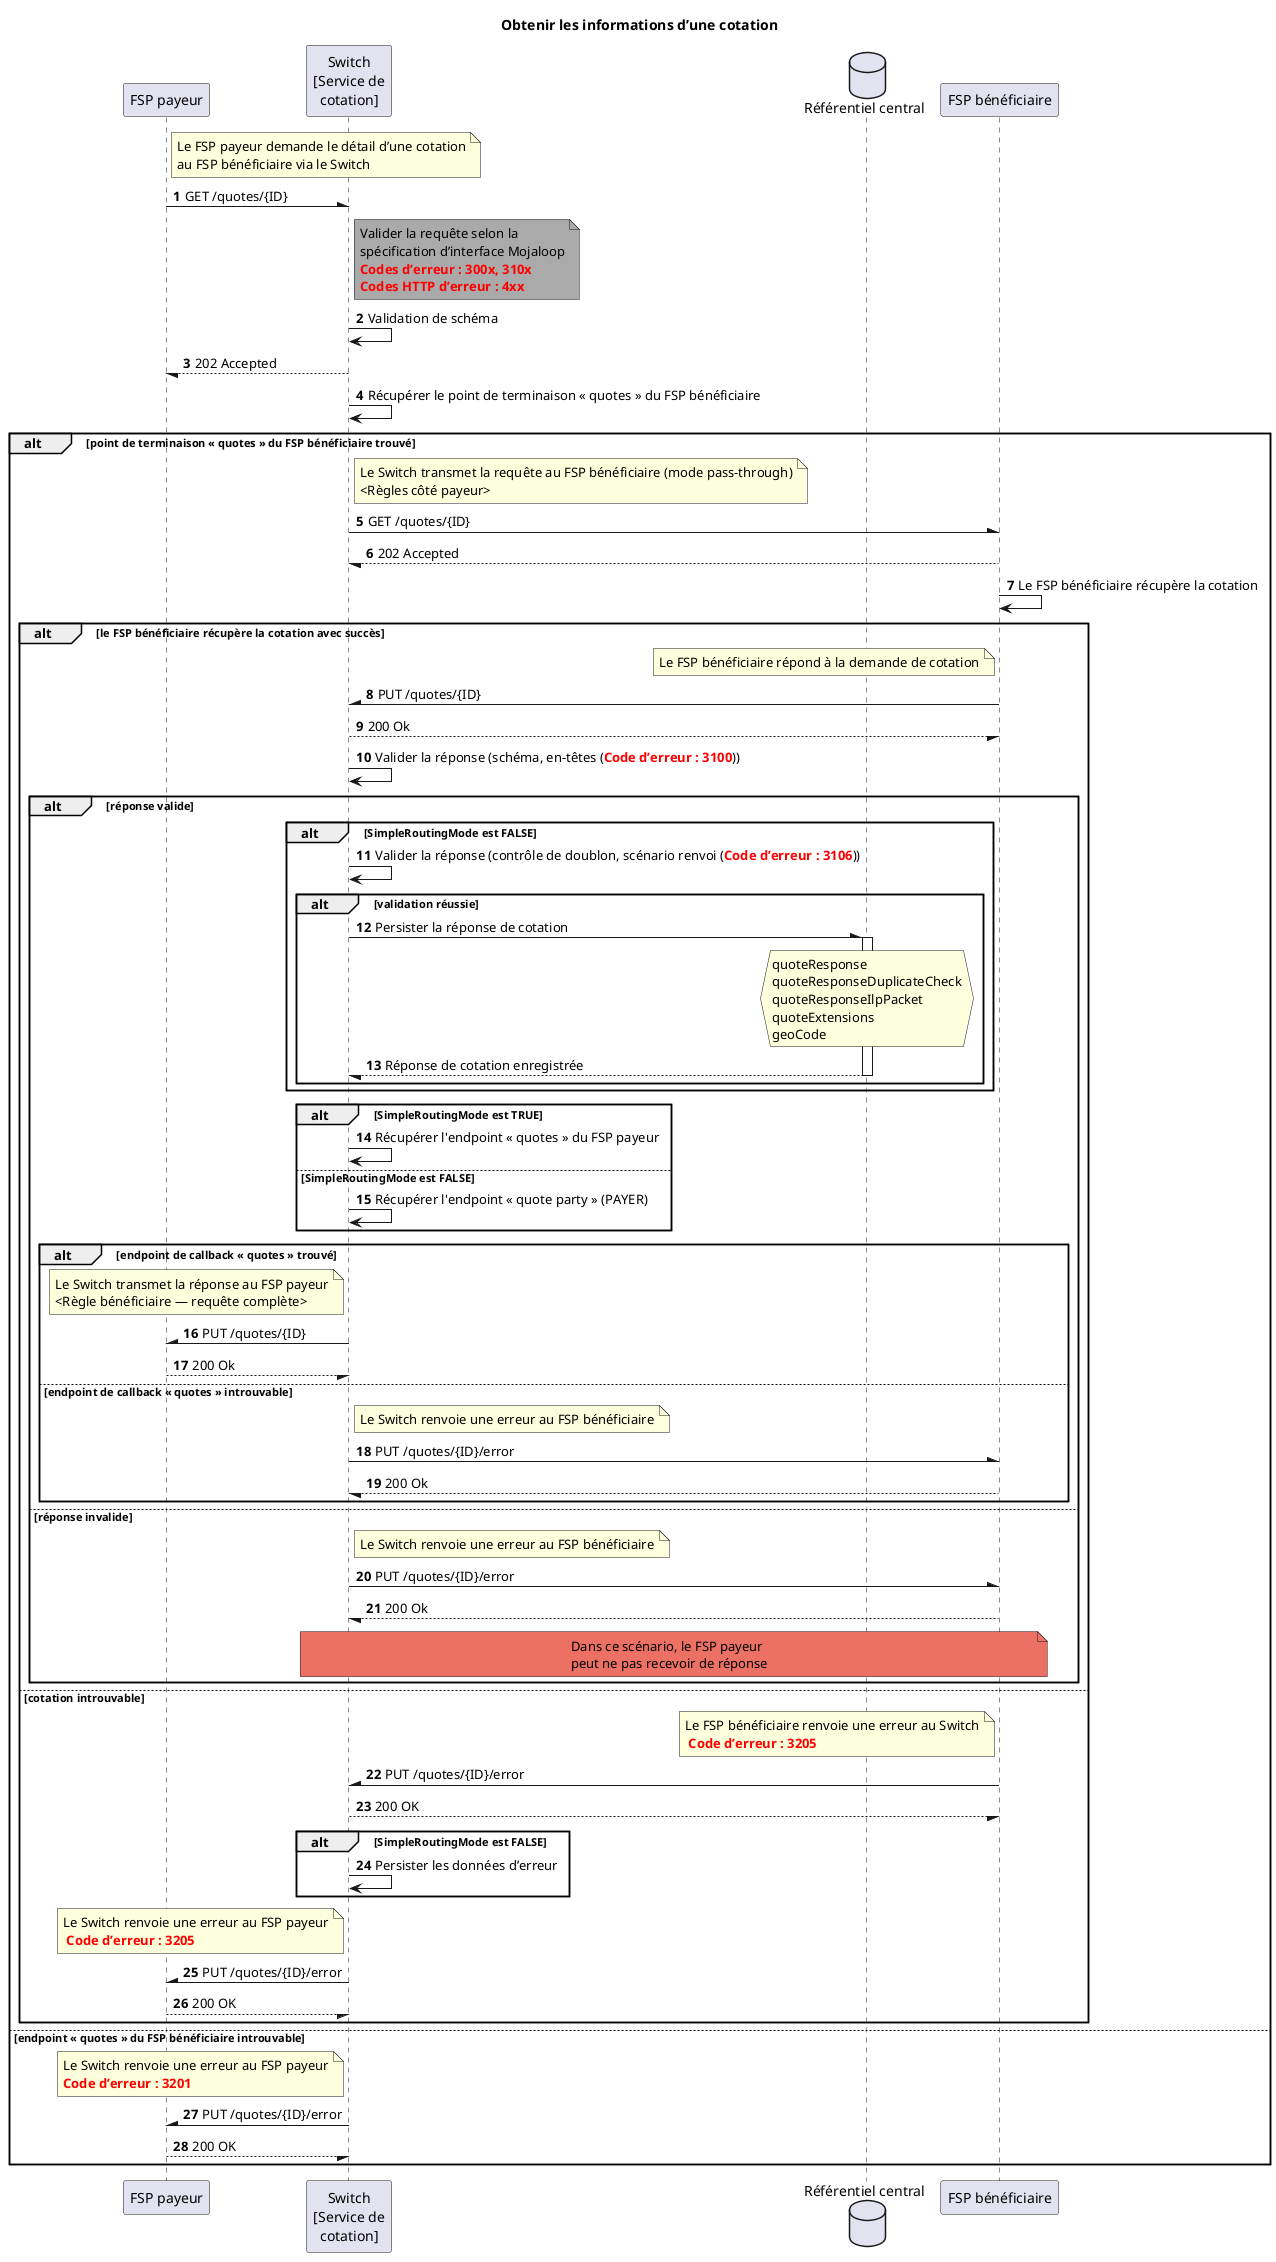
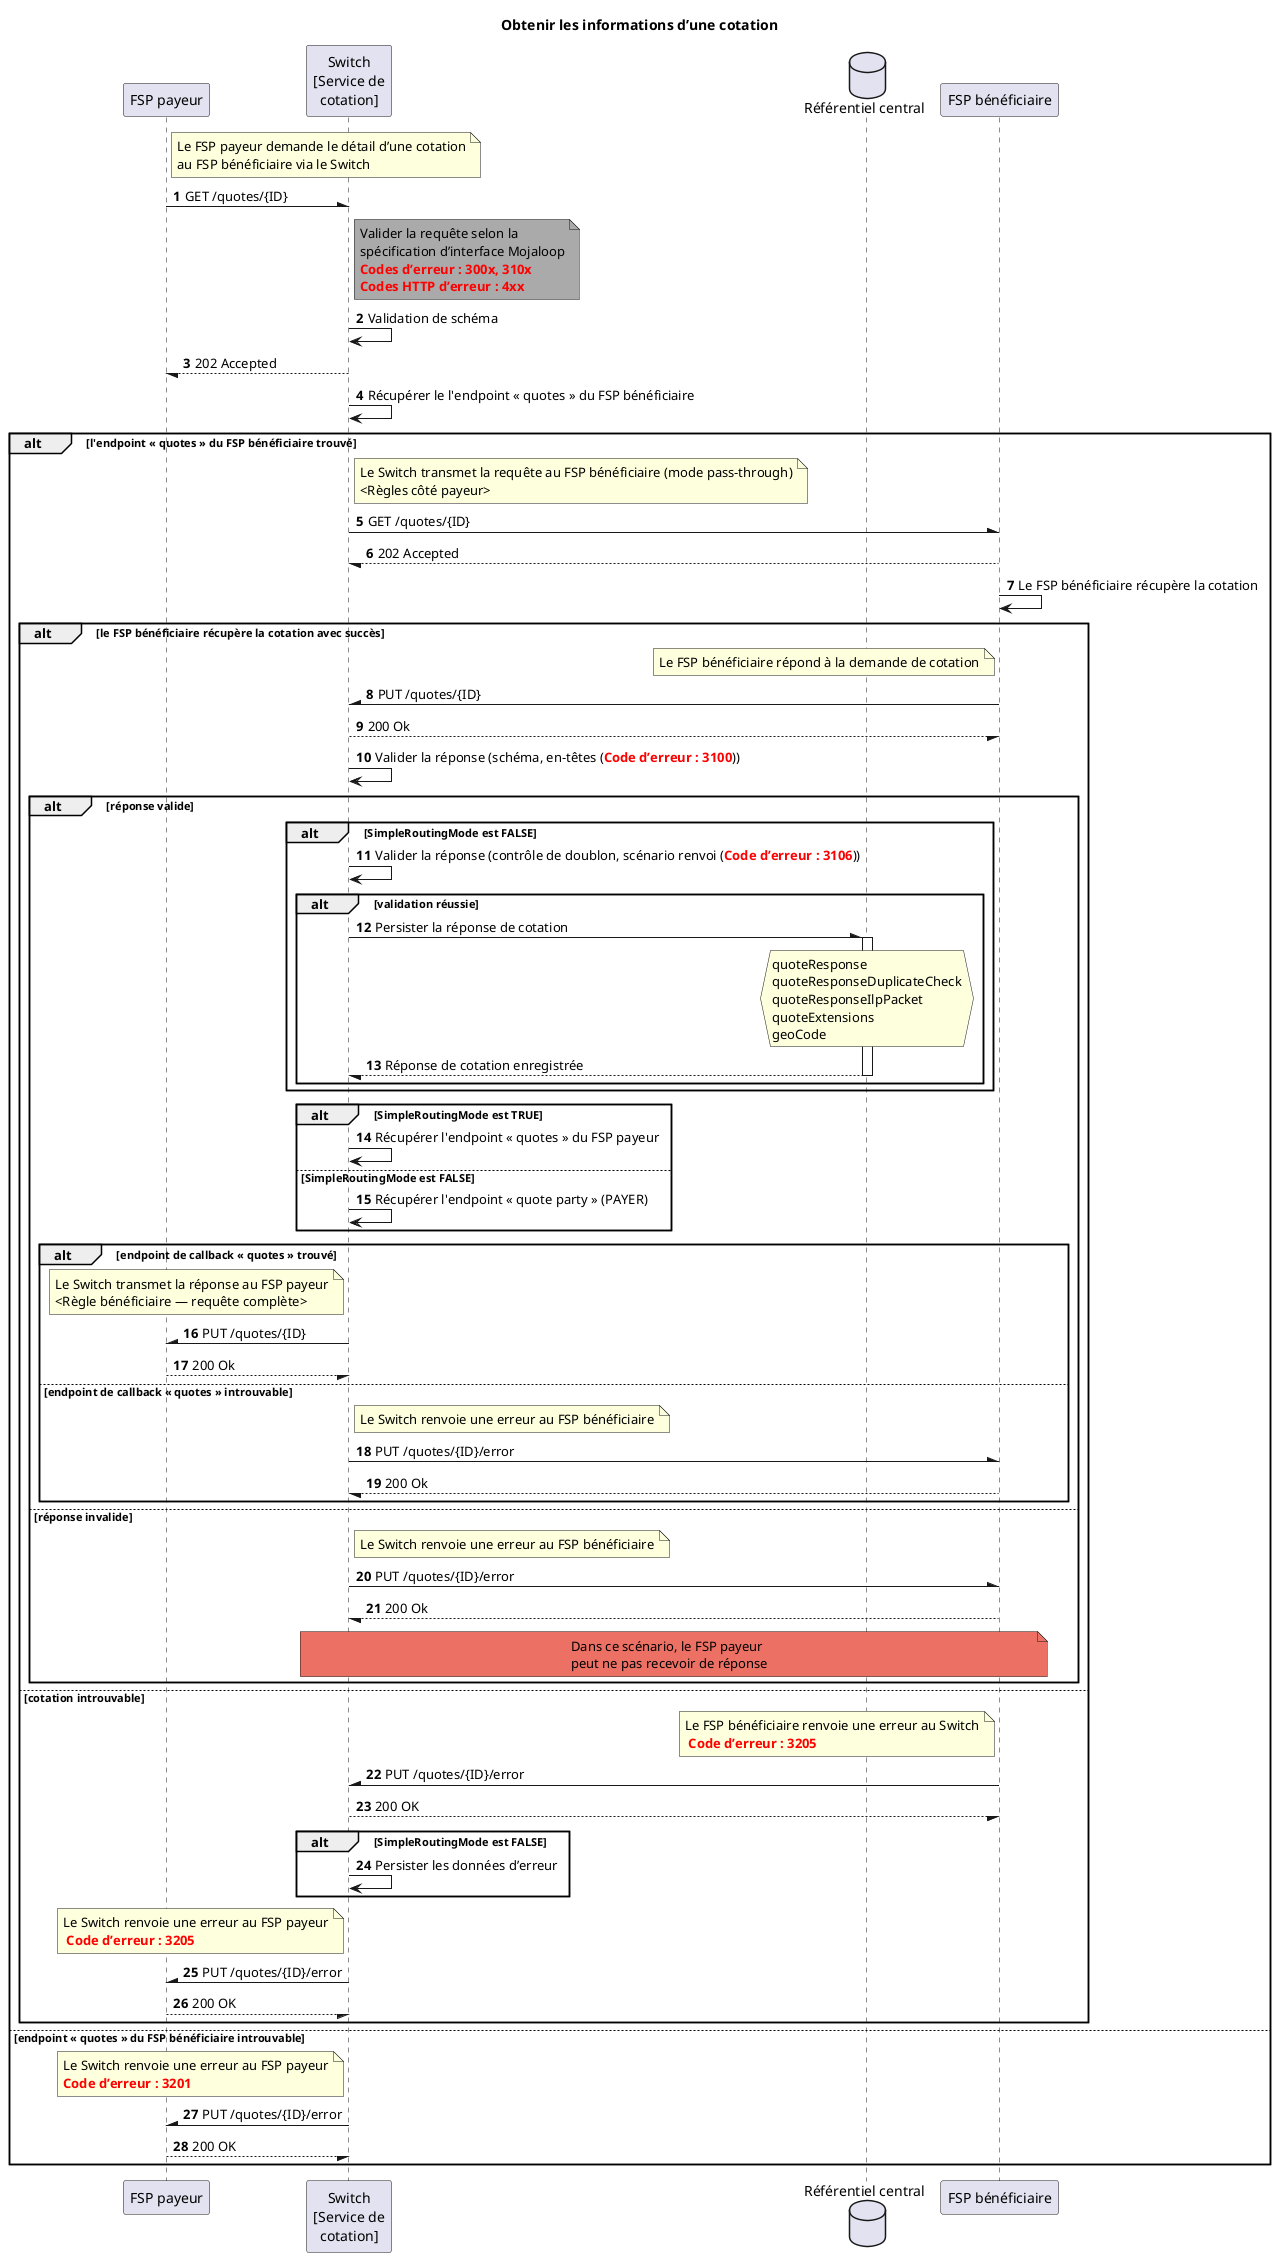
@startuml
Title Obtenir les informations d’une cotation
participant "FSP payeur" as PayerFSP
participant "Switch\n[Service de\ncotation]" as Switch
database "Référentiel central" as DB
participant "FSP bénéficiaire" as PayeeFSP
autonumber
note right of PayerFSP: Le FSP payeur demande le détail d’une cotation\nau FSP bénéficiaire via le Switch
PayerFSP -\ Switch: GET /quotes/{ID}
note right of Switch #aaa
    Valider la requête selon la
    spécification d’interface Mojaloop
    **<color #red>Codes d’erreur : 300x, 310x</color>**
    **<color #red>Codes HTTP d’erreur : 4xx</color>**
end note
Switch -> Switch: Validation de schéma
PayerFSP \-- Switch: 202 Accepted
- Switch -> Switch: Récupérer le point de terminaison « quotes » du FSP bénéficiaire
- alt point de terminaison « quotes » du FSP bénéficiaire trouvé
+ Switch -> Switch: Récupérer le l'endpoint « quotes » du FSP bénéficiaire
+ alt l'endpoint « quotes » du FSP bénéficiaire trouvé
    note right of Switch: Le Switch transmet la requête au FSP bénéficiaire (mode pass-through)\n<Règles côté payeur>
    Switch -\ PayeeFSP: GET /quotes/{ID}
    PayeeFSP --/ Switch: 202 Accepted
    PayeeFSP -> PayeeFSP: Le FSP bénéficiaire récupère la cotation
    alt le FSP bénéficiaire récupère la cotation avec succès
        note left of PayeeFSP: Le FSP bénéficiaire répond à la demande de cotation
        PayeeFSP -\ Switch: PUT /quotes/{ID}
        Switch --/ PayeeFSP: 200 Ok
        Switch -> Switch: Valider la réponse (schéma, en-têtes (<color #red>**Code d’erreur : 3100**</color>))
        alt réponse valide
            alt SimpleRoutingMode est FALSE
                Switch -> Switch: Valider la réponse (contrôle de doublon, scénario renvoi (<color #red>**Code d’erreur : 3106**</color>))
                alt validation réussie
                    Switch -\ DB: Persister la réponse de cotation
                    activate DB
                        hnote over DB
                            quoteResponse
                            quoteResponseDuplicateCheck
                            quoteResponseIlpPacket
                            quoteExtensions
                            geoCode
                        end hnote
                    Switch \-- DB: Réponse de cotation enregistrée
                    deactivate DB
                end
            end
            alt SimpleRoutingMode est TRUE
                Switch -> Switch: Récupérer l'endpoint « quotes » du FSP payeur
            else SimpleRoutingMode est FALSE
                Switch -> Switch: Récupérer l'endpoint « quote party » (PAYER)
            end
            alt endpoint de callback « quotes » trouvé
                note left of Switch: Le Switch transmet la réponse au FSP payeur\n<Règle bénéficiaire — requête complète>
                Switch -\ PayerFSP: PUT /quotes/{ID}
                PayerFSP --/ Switch: 200 Ok
            else endpoint de callback « quotes » introuvable
                note right of Switch: Le Switch renvoie une erreur au FSP bénéficiaire
                Switch -\ PayeeFSP: PUT /quotes/{ID}/error
                PayeeFSP --/ Switch : 200 Ok
            end
        else réponse invalide
            note right of Switch: Le Switch renvoie une erreur au FSP bénéficiaire
            Switch -\ PayeeFSP: PUT /quotes/{ID}/error
            PayeeFSP --/ Switch : 200 Ok
            note over Switch, PayeeFSP #ec7063: Dans ce scénario, le FSP payeur\npeut ne pas recevoir de réponse
        end

    else cotation introuvable
        note left of PayeeFSP: Le FSP bénéficiaire renvoie une erreur au Switch\n <color #red>**Code d’erreur : 3205**</color>
        PayeeFSP -\ Switch: PUT /quotes/{ID}/error
        Switch --/ PayeeFSP: 200 OK
        alt SimpleRoutingMode est FALSE
            Switch -> Switch: Persister les données d’erreur
        end
        note left of Switch: Le Switch renvoie une erreur au FSP payeur\n <color #red>**Code d’erreur : 3205**</color>
        Switch -\ PayerFSP: PUT /quotes/{ID}/error
        PayerFSP --/ Switch: 200 OK
    end
else endpoint « quotes » du FSP bénéficiaire introuvable
    note left of Switch
        Le Switch renvoie une erreur au FSP payeur
        **<color #red>Code d’erreur : 3201</color>**
    end note
    PayerFSP /- Switch: PUT /quotes/{ID}/error
    PayerFSP --/ Switch: 200 OK
end
@enduml
